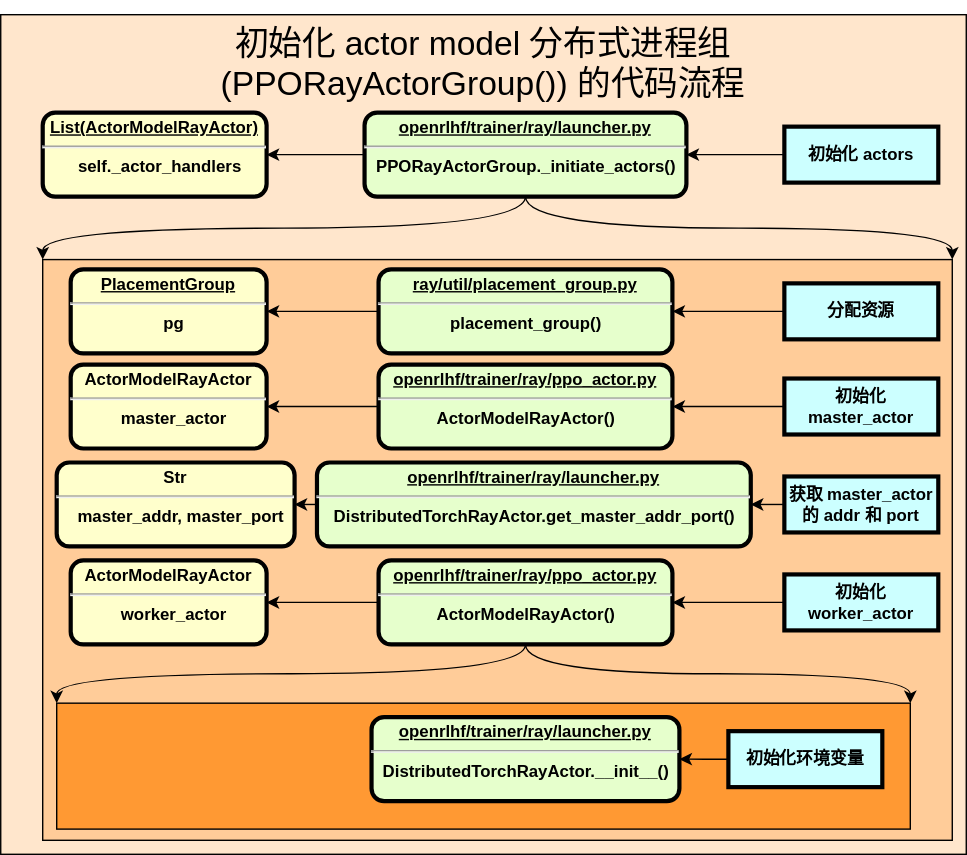
Earlier version of the draw.io export images/OpenRLHF_PPORayActorGroup.svg (cai-jianfeng/cai-jianfeng.github.io). Source tidied: cells renumbered, new cells last; positions are measured from the earlier drawing's top-left corner, leaving out a move shared by most shapes.
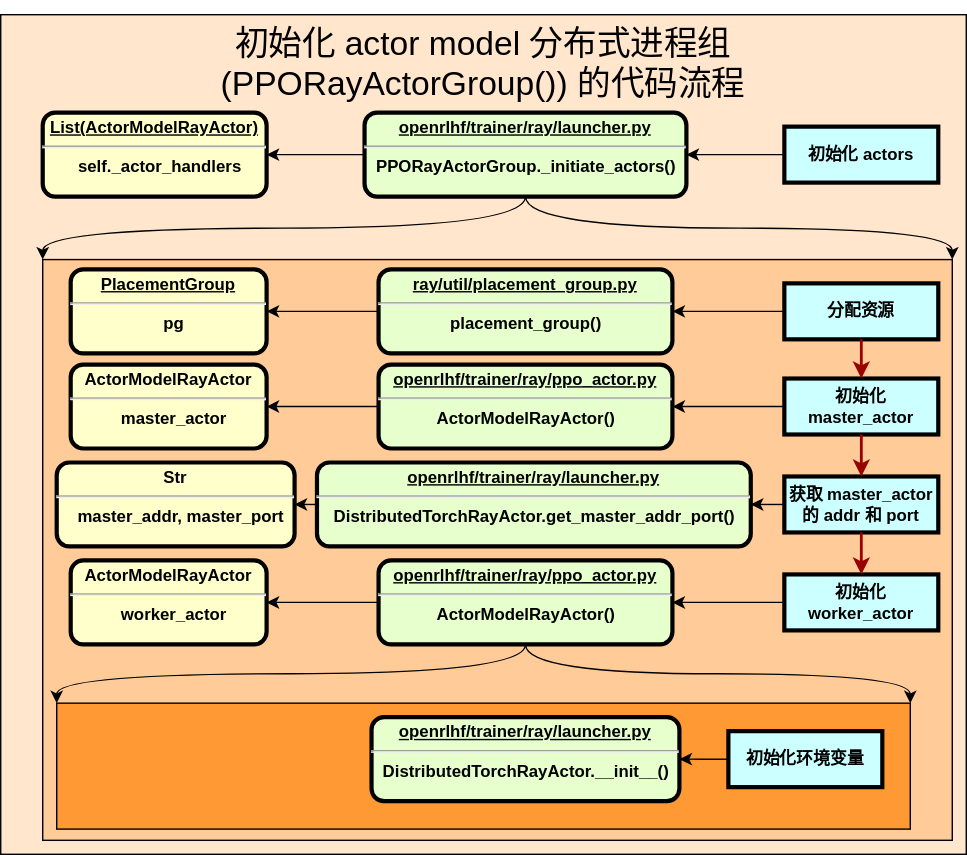
The same file after the commit.

Commit message:
update rlhf training pipeline blog

Change to the diagram source:
```diff
@@ -112,5 +112,14 @@
     <mxCell id="37" style="edgeStyle=orthogonalEdgeStyle;curved=1;rounded=0;jettySize=auto;html=1;exitX=0.5;exitY=1;exitDx=0;exitDy=0;entryX=1;entryY=0;entryDx=0;entryDy=0;" parent="1" edge="1" source="30" target="33">
       <mxGeometry relative="1" as="geometry" />
     </mxCell>
+    <mxCell id="38" style="edgeStyle=none;noEdgeStyle=1;strokeColor=#990000;strokeWidth=2;exitX=0.5;exitY=1;exitDx=0;exitDy=0;entryX=0.5;entryY=0;entryDx=0;entryDy=0;" parent="1" edge="1" source="15" target="18">
+      <mxGeometry relative="1" as="geometry" />
+    </mxCell>
+    <mxCell id="39" style="edgeStyle=none;noEdgeStyle=1;strokeColor=#990000;strokeWidth=2;exitX=0.5;exitY=1;exitDx=0;exitDy=0;entryX=0.5;entryY=0;entryDx=0;entryDy=0;" parent="1" edge="1" source="18" target="22">
+      <mxGeometry relative="1" as="geometry" />
+    </mxCell>
+    <mxCell id="40" style="edgeStyle=none;noEdgeStyle=1;strokeColor=#990000;strokeWidth=2;exitX=0.5;exitY=1;exitDx=0;exitDy=0;entryX=0.5;entryY=0;entryDx=0;entryDy=0;" parent="1" edge="1" source="22" target="27">
+      <mxGeometry relative="1" as="geometry" />
+    </mxCell>
   </root>
 </mxGraphModel>
```
